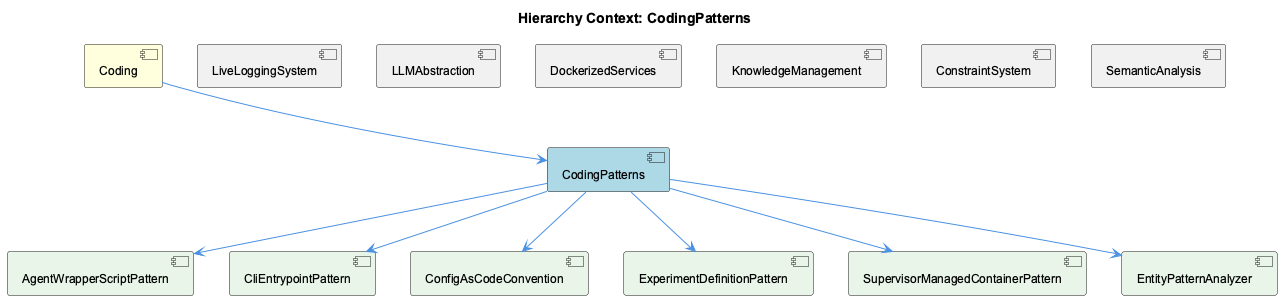
fwornle/coding keeps this PlantUML diagram as knowledge-management/insights/images/coding-patterns-relationship.png. Above is the earlier version.
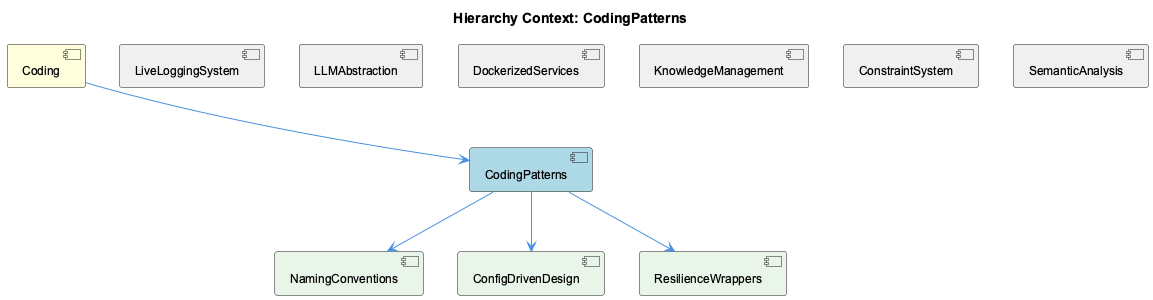
Above is the later version.

Diff of the diagram source:
```diff
@@ -11,12 +11,9 @@
 [KnowledgeManagement] as knowledge_management #F0F0F0
 [ConstraintSystem] as constraint_system #F0F0F0
 [SemanticAnalysis] as semantic_analysis #F0F0F0
-[AgentWrapperScriptPattern] as agent_wrapper_script_pattern #E8F5E8
-[CliEntrypointPattern] as cli_entrypoint_pattern #E8F5E8
-[ConfigAsCodeConvention] as config_as_code_convention #E8F5E8
-[ExperimentDefinitionPattern] as experiment_definition_pattern #E8F5E8
-[SupervisorManagedContainerPattern] as supervisor_managed_container_pattern #E8F5E8
-[EntityPatternAnalyzer] as entity_pattern_analyzer #E8F5E8
+[NamingConventions] as naming_conventions #E8F5E8
+[ConfigDrivenDesign] as config_driven_design #E8F5E8
+[ResilienceWrappers] as resilience_wrappers #E8F5E8
 
 coding --> coding_patterns
 live_logging_system -[hidden]- coding_patterns
@@ -25,11 +22,8 @@
 knowledge_management -[hidden]- coding_patterns
 constraint_system -[hidden]- coding_patterns
 semantic_analysis -[hidden]- coding_patterns
-coding_patterns --> agent_wrapper_script_pattern
-coding_patterns --> cli_entrypoint_pattern
-coding_patterns --> config_as_code_convention
-coding_patterns --> experiment_definition_pattern
-coding_patterns --> supervisor_managed_container_pattern
-coding_patterns --> entity_pattern_analyzer
+coding_patterns --> naming_conventions
+coding_patterns --> config_driven_design
+coding_patterns --> resilience_wrappers
 
 @enduml
```
